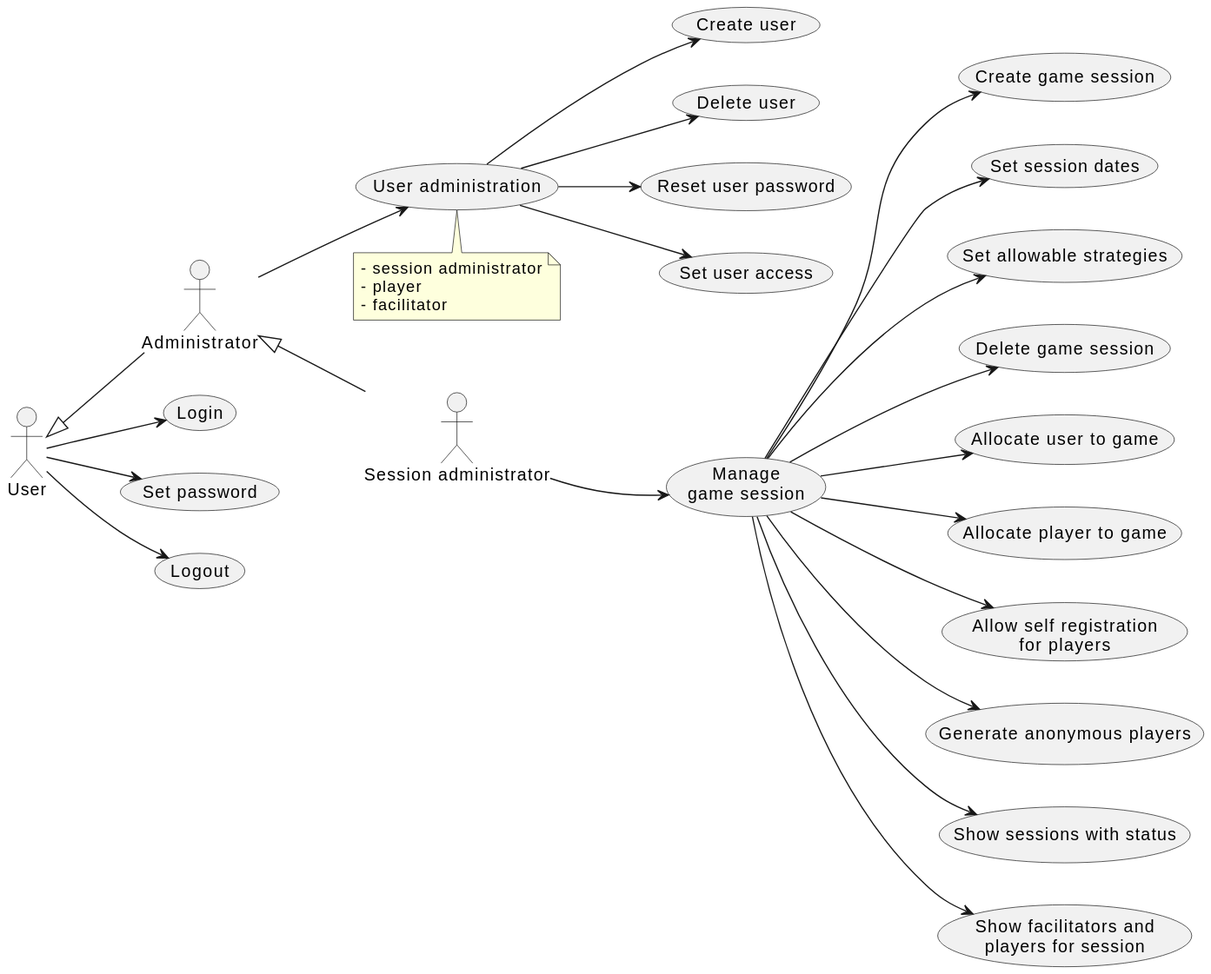
This is doc/2-use-cases/diagrams/session-administration.svg from averbraeck/gscg-design, a PlantUML export, as it was before one commit.
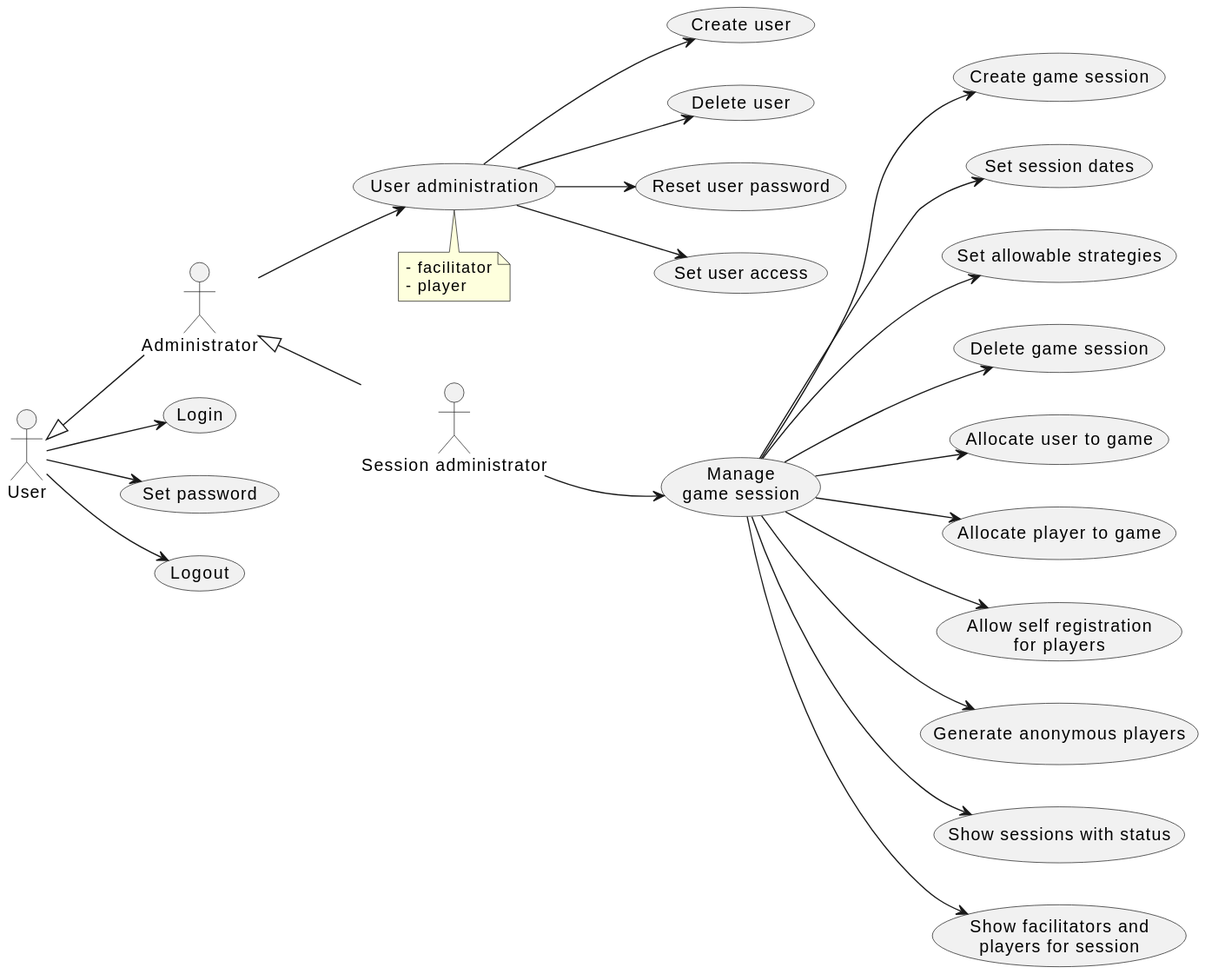
After the change.

Change to the diagram source:
```diff
@@ -11,9 +11,8 @@
 
 Administrator --> (User administration)
 note bottom
-  - session administrator
+  - facilitator
   - player
-  - facilitator
 end note
 
 (User administration) --> (Create user)
```
